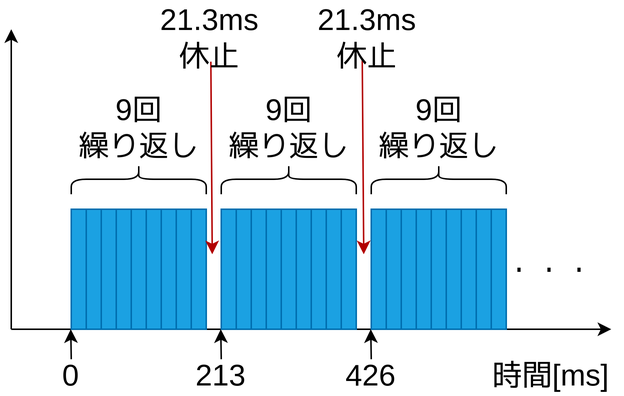
This is docs/final-slide/assets/ofdm-specification2.drawio.png from yudai0804/sotsuken, a draw.io export, as it was before one commit. Source tidied: cells renumbered, new cells last; positions are measured from the earlier drawing's top-left corner, leaving out a move shared by most shapes.
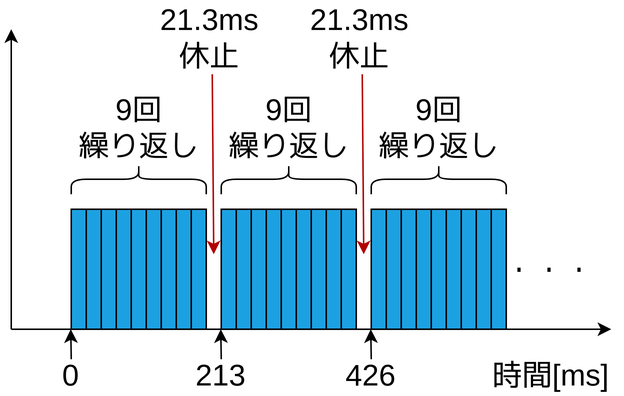
The same diagram one commit later.

Change to the diagram source:
```diff
@@ -17,88 +17,88 @@
         <mxPoint y="10" as="targetPoint" />
       </mxGeometry>
     </mxCell>
-    <mxCell id="5" style="rounded=0;whiteSpace=wrap;html=1;fillColor=#1ba1e2;direction=south;strokeColor=#006EAF;fontColor=#ffffff;" parent="1" vertex="1">
+    <mxCell id="5" style="rounded=0;whiteSpace=wrap;html=1;fillColor=#1ba1e2;direction=south;strokeColor=#000000;fontColor=#ffffff;" parent="1" vertex="1">
       <mxGeometry x="40" y="130" width="10" height="80" as="geometry" />
     </mxCell>
-    <mxCell id="6" style="rounded=0;whiteSpace=wrap;html=1;fillColor=#1ba1e2;direction=south;strokeColor=#006EAF;fontColor=#ffffff;" parent="1" vertex="1">
+    <mxCell id="6" style="rounded=0;whiteSpace=wrap;html=1;fillColor=#1ba1e2;direction=south;strokeColor=#000000;fontColor=#ffffff;" parent="1" vertex="1">
       <mxGeometry x="50" y="130" width="10" height="80" as="geometry" />
     </mxCell>
     <mxCell id="7" value="&lt;span style=&quot;font-size: 20px;&quot;&gt;・・・&lt;/span&gt;" style="text;strokeColor=none;align=center;fillColor=none;html=1;verticalAlign=middle;whiteSpace=wrap;rounded=0;" parent="1" vertex="1">
       <mxGeometry x="334" y="155" width="50" height="30" as="geometry" />
     </mxCell>
-    <mxCell id="8" style="rounded=0;whiteSpace=wrap;html=1;fillColor=#1ba1e2;direction=south;strokeColor=#006EAF;fontColor=#ffffff;" parent="1" vertex="1">
+    <mxCell id="8" style="rounded=0;whiteSpace=wrap;html=1;fillColor=#1ba1e2;direction=south;strokeColor=#000000;fontColor=#ffffff;" parent="1" vertex="1">
       <mxGeometry x="60" y="130" width="10" height="80" as="geometry" />
     </mxCell>
-    <mxCell id="9" style="rounded=0;whiteSpace=wrap;html=1;fillColor=#1ba1e2;direction=south;strokeColor=#006EAF;fontColor=#ffffff;" parent="1" vertex="1">
+    <mxCell id="9" style="rounded=0;whiteSpace=wrap;html=1;fillColor=#1ba1e2;direction=south;strokeColor=#000000;fontColor=#ffffff;" parent="1" vertex="1">
       <mxGeometry x="70" y="130" width="10" height="80" as="geometry" />
     </mxCell>
-    <mxCell id="10" style="rounded=0;whiteSpace=wrap;html=1;fillColor=#1ba1e2;direction=south;strokeColor=#006EAF;fontColor=#ffffff;" parent="1" vertex="1">
+    <mxCell id="10" style="rounded=0;whiteSpace=wrap;html=1;fillColor=#1ba1e2;direction=south;strokeColor=#000000;fontColor=#ffffff;" parent="1" vertex="1">
       <mxGeometry x="80" y="130" width="10" height="80" as="geometry" />
     </mxCell>
-    <mxCell id="11" style="rounded=0;whiteSpace=wrap;html=1;fillColor=#1ba1e2;direction=south;strokeColor=#006EAF;fontColor=#ffffff;" parent="1" vertex="1">
+    <mxCell id="11" style="rounded=0;whiteSpace=wrap;html=1;fillColor=#1ba1e2;direction=south;strokeColor=#000000;fontColor=#ffffff;" parent="1" vertex="1">
       <mxGeometry x="90" y="130" width="10" height="80" as="geometry" />
     </mxCell>
-    <mxCell id="12" style="rounded=0;whiteSpace=wrap;html=1;fillColor=#1ba1e2;direction=south;strokeColor=#006EAF;fontColor=#ffffff;" parent="1" vertex="1">
+    <mxCell id="12" style="rounded=0;whiteSpace=wrap;html=1;fillColor=#1ba1e2;direction=south;strokeColor=#000000;fontColor=#ffffff;" parent="1" vertex="1">
       <mxGeometry x="100" y="130" width="10" height="80" as="geometry" />
     </mxCell>
-    <mxCell id="13" style="rounded=0;whiteSpace=wrap;html=1;fillColor=#1ba1e2;direction=south;strokeColor=#006EAF;fontColor=#ffffff;" parent="1" vertex="1">
+    <mxCell id="13" style="rounded=0;whiteSpace=wrap;html=1;fillColor=#1ba1e2;direction=south;strokeColor=#000000;fontColor=#ffffff;" parent="1" vertex="1">
       <mxGeometry x="110" y="130" width="10" height="80" as="geometry" />
     </mxCell>
-    <mxCell id="14" style="rounded=0;whiteSpace=wrap;html=1;fillColor=#1ba1e2;direction=south;strokeColor=#006EAF;fontColor=#ffffff;" parent="1" vertex="1">
+    <mxCell id="14" style="rounded=0;whiteSpace=wrap;html=1;fillColor=#1ba1e2;direction=south;strokeColor=#000000;fontColor=#ffffff;" parent="1" vertex="1">
       <mxGeometry x="120" y="130" width="10" height="80" as="geometry" />
     </mxCell>
-    <mxCell id="15" style="rounded=0;whiteSpace=wrap;html=1;fillColor=#1ba1e2;direction=south;strokeColor=#006EAF;fontColor=#ffffff;" parent="1" vertex="1">
+    <mxCell id="15" style="rounded=0;whiteSpace=wrap;html=1;fillColor=#1ba1e2;direction=south;strokeColor=#000000;fontColor=#ffffff;" parent="1" vertex="1">
       <mxGeometry x="140" y="130" width="10" height="80" as="geometry" />
     </mxCell>
-    <mxCell id="16" style="rounded=0;whiteSpace=wrap;html=1;fillColor=#1ba1e2;direction=south;strokeColor=#006EAF;fontColor=#ffffff;" parent="1" vertex="1">
+    <mxCell id="16" style="rounded=0;whiteSpace=wrap;html=1;fillColor=#1ba1e2;direction=south;strokeColor=#000000;fontColor=#ffffff;" parent="1" vertex="1">
       <mxGeometry x="150" y="130" width="10" height="80" as="geometry" />
     </mxCell>
-    <mxCell id="17" style="rounded=0;whiteSpace=wrap;html=1;fillColor=#1ba1e2;direction=south;strokeColor=#006EAF;fontColor=#ffffff;" parent="1" vertex="1">
+    <mxCell id="17" style="rounded=0;whiteSpace=wrap;html=1;fillColor=#1ba1e2;direction=south;strokeColor=#000000;fontColor=#ffffff;" parent="1" vertex="1">
       <mxGeometry x="160" y="130" width="10" height="80" as="geometry" />
     </mxCell>
-    <mxCell id="18" style="rounded=0;whiteSpace=wrap;html=1;fillColor=#1ba1e2;direction=south;strokeColor=#006EAF;fontColor=#ffffff;" parent="1" vertex="1">
+    <mxCell id="18" style="rounded=0;whiteSpace=wrap;html=1;fillColor=#1ba1e2;direction=south;strokeColor=#000000;fontColor=#ffffff;" parent="1" vertex="1">
       <mxGeometry x="170" y="130" width="10" height="80" as="geometry" />
     </mxCell>
-    <mxCell id="19" style="rounded=0;whiteSpace=wrap;html=1;fillColor=#1ba1e2;direction=south;strokeColor=#006EAF;fontColor=#ffffff;" parent="1" vertex="1">
+    <mxCell id="19" style="rounded=0;whiteSpace=wrap;html=1;fillColor=#1ba1e2;direction=south;strokeColor=#000000;fontColor=#ffffff;" parent="1" vertex="1">
       <mxGeometry x="180" y="130" width="10" height="80" as="geometry" />
     </mxCell>
-    <mxCell id="20" style="rounded=0;whiteSpace=wrap;html=1;fillColor=#1ba1e2;direction=south;strokeColor=#006EAF;fontColor=#ffffff;" parent="1" vertex="1">
+    <mxCell id="20" style="rounded=0;whiteSpace=wrap;html=1;fillColor=#1ba1e2;direction=south;strokeColor=#000000;fontColor=#ffffff;" parent="1" vertex="1">
       <mxGeometry x="190" y="130" width="10" height="80" as="geometry" />
     </mxCell>
-    <mxCell id="21" style="rounded=0;whiteSpace=wrap;html=1;fillColor=#1ba1e2;direction=south;strokeColor=#006EAF;fontColor=#ffffff;" parent="1" vertex="1">
+    <mxCell id="21" style="rounded=0;whiteSpace=wrap;html=1;fillColor=#1ba1e2;direction=south;strokeColor=#000000;fontColor=#ffffff;" parent="1" vertex="1">
       <mxGeometry x="200" y="130" width="10" height="80" as="geometry" />
     </mxCell>
-    <mxCell id="22" style="rounded=0;whiteSpace=wrap;html=1;fillColor=#1ba1e2;direction=south;strokeColor=#006EAF;fontColor=#ffffff;" parent="1" vertex="1">
+    <mxCell id="22" style="rounded=0;whiteSpace=wrap;html=1;fillColor=#1ba1e2;direction=south;strokeColor=#000000;fontColor=#ffffff;" parent="1" vertex="1">
       <mxGeometry x="210" y="130" width="10" height="80" as="geometry" />
     </mxCell>
-    <mxCell id="23" style="rounded=0;whiteSpace=wrap;html=1;fillColor=#1ba1e2;direction=south;strokeColor=#006EAF;fontColor=#ffffff;" parent="1" vertex="1">
+    <mxCell id="23" style="rounded=0;whiteSpace=wrap;html=1;fillColor=#1ba1e2;direction=south;strokeColor=#000000;fontColor=#ffffff;" parent="1" vertex="1">
       <mxGeometry x="220" y="130" width="10" height="80" as="geometry" />
     </mxCell>
-    <mxCell id="24" style="rounded=0;whiteSpace=wrap;html=1;fillColor=#1ba1e2;direction=south;strokeColor=#006EAF;fontColor=#ffffff;" parent="1" vertex="1">
+    <mxCell id="24" style="rounded=0;whiteSpace=wrap;html=1;fillColor=#1ba1e2;direction=south;strokeColor=#000000;fontColor=#ffffff;" parent="1" vertex="1">
       <mxGeometry x="240" y="130" width="10" height="80" as="geometry" />
     </mxCell>
-    <mxCell id="25" style="rounded=0;whiteSpace=wrap;html=1;fillColor=#1ba1e2;direction=south;strokeColor=#006EAF;fontColor=#ffffff;" parent="1" vertex="1">
+    <mxCell id="25" style="rounded=0;whiteSpace=wrap;html=1;fillColor=#1ba1e2;direction=south;strokeColor=#000000;fontColor=#ffffff;" parent="1" vertex="1">
       <mxGeometry x="250" y="130" width="10" height="80" as="geometry" />
     </mxCell>
-    <mxCell id="26" style="rounded=0;whiteSpace=wrap;html=1;fillColor=#1ba1e2;direction=south;strokeColor=#006EAF;fontColor=#ffffff;" parent="1" vertex="1">
+    <mxCell id="26" style="rounded=0;whiteSpace=wrap;html=1;fillColor=#1ba1e2;direction=south;strokeColor=#000000;fontColor=#ffffff;" parent="1" vertex="1">
       <mxGeometry x="260" y="130" width="10" height="80" as="geometry" />
     </mxCell>
-    <mxCell id="27" style="rounded=0;whiteSpace=wrap;html=1;fillColor=#1ba1e2;direction=south;strokeColor=#006EAF;fontColor=#ffffff;" parent="1" vertex="1">
+    <mxCell id="27" style="rounded=0;whiteSpace=wrap;html=1;fillColor=#1ba1e2;direction=south;strokeColor=#000000;fontColor=#ffffff;" parent="1" vertex="1">
       <mxGeometry x="270" y="130" width="10" height="80" as="geometry" />
     </mxCell>
-    <mxCell id="28" style="rounded=0;whiteSpace=wrap;html=1;fillColor=#1ba1e2;direction=south;strokeColor=#006EAF;fontColor=#ffffff;" parent="1" vertex="1">
+    <mxCell id="28" style="rounded=0;whiteSpace=wrap;html=1;fillColor=#1ba1e2;direction=south;strokeColor=#000000;fontColor=#ffffff;" parent="1" vertex="1">
       <mxGeometry x="280" y="130" width="10" height="80" as="geometry" />
     </mxCell>
-    <mxCell id="29" style="rounded=0;whiteSpace=wrap;html=1;fillColor=#1ba1e2;direction=south;strokeColor=#006EAF;fontColor=#ffffff;" parent="1" vertex="1">
+    <mxCell id="29" style="rounded=0;whiteSpace=wrap;html=1;fillColor=#1ba1e2;direction=south;strokeColor=#000000;fontColor=#ffffff;" parent="1" vertex="1">
       <mxGeometry x="290" y="130" width="10" height="80" as="geometry" />
     </mxCell>
-    <mxCell id="30" style="rounded=0;whiteSpace=wrap;html=1;fillColor=#1ba1e2;direction=south;strokeColor=#006EAF;fontColor=#ffffff;" parent="1" vertex="1">
+    <mxCell id="30" style="rounded=0;whiteSpace=wrap;html=1;fillColor=#1ba1e2;direction=south;strokeColor=#000000;fontColor=#ffffff;" parent="1" vertex="1">
       <mxGeometry x="300" y="130" width="10" height="80" as="geometry" />
     </mxCell>
-    <mxCell id="31" style="rounded=0;whiteSpace=wrap;html=1;fillColor=#1ba1e2;direction=south;strokeColor=#006EAF;fontColor=#ffffff;" parent="1" vertex="1">
+    <mxCell id="31" style="rounded=0;whiteSpace=wrap;html=1;fillColor=#1ba1e2;direction=south;strokeColor=#000000;fontColor=#ffffff;" parent="1" vertex="1">
       <mxGeometry x="310" y="130" width="10" height="80" as="geometry" />
     </mxCell>
-    <mxCell id="32" style="rounded=0;whiteSpace=wrap;html=1;fillColor=#1ba1e2;direction=south;strokeColor=#006EAF;fontColor=#ffffff;" parent="1" vertex="1">
+    <mxCell id="32" style="rounded=0;whiteSpace=wrap;html=1;fillColor=#1ba1e2;direction=south;strokeColor=#000000;fontColor=#ffffff;" parent="1" vertex="1">
       <mxGeometry x="320" y="130" width="10" height="80" as="geometry" />
     </mxCell>
     <mxCell id="33" value="&lt;span style=&quot;font-size: 20px;&quot;&gt;0&lt;/span&gt;" style="text;strokeColor=none;align=center;fillColor=none;html=1;verticalAlign=middle;whiteSpace=wrap;rounded=0;" parent="1" vertex="1">
@@ -122,9 +122,10 @@
     <mxCell id="39" value="&lt;span style=&quot;font-size: 20px;&quot;&gt;9回&lt;/span&gt;&lt;div&gt;&lt;span style=&quot;font-size: 20px;&quot;&gt;繰り返し&lt;/span&gt;&lt;/div&gt;" style="text;strokeColor=none;align=center;fillColor=none;html=1;verticalAlign=middle;whiteSpace=wrap;rounded=0;" parent="1" vertex="1">
       <mxGeometry x="237.5" y="60" width="95" height="30" as="geometry" />
     </mxCell>
-    <mxCell id="40" style="endArrow=classic;html=1;rounded=0;fillColor=#e51400;strokeColor=#B20000;exitX=0.506;exitY=1.054;exitDx=0;exitDy=0;exitPerimeter=0;" parent="1" edge="1" source="41">
+    <mxCell id="40" style="endArrow=classic;html=1;rounded=0;fillColor=#e51400;strokeColor=#B20000;" parent="1" edge="1">
       <mxGeometry relative="1" as="geometry">
-        <mxPoint x="134" y="160" as="targetPoint" />
+        <mxPoint x="134" y="40" as="sourcePoint" />
+        <mxPoint x="135" y="160" as="targetPoint" />
       </mxGeometry>
     </mxCell>
     <mxCell id="41" value="&lt;span style=&quot;font-size: 20px;&quot;&gt;21.3ms&lt;/span&gt;&lt;div&gt;&lt;span style=&quot;font-size: 20px;&quot;&gt;休止&lt;/span&gt;&lt;/div&gt;" style="text;strokeColor=none;align=center;fillColor=none;html=1;verticalAlign=middle;whiteSpace=wrap;rounded=0;" parent="1" vertex="1">
@@ -132,12 +133,12 @@
     </mxCell>
     <mxCell id="42" style="endArrow=classic;html=1;rounded=0;fillColor=#e51400;strokeColor=#B20000;" parent="1" edge="1">
       <mxGeometry relative="1" as="geometry">
-        <mxPoint x="234" y="30" as="sourcePoint" />
+        <mxPoint x="234" y="40" as="sourcePoint" />
         <mxPoint x="235" y="160" as="targetPoint" />
       </mxGeometry>
     </mxCell>
     <mxCell id="43" value="&lt;span style=&quot;font-size: 20px;&quot;&gt;21.3ms&lt;/span&gt;&lt;div&gt;&lt;span style=&quot;font-size: 20px;&quot;&gt;休止&lt;/span&gt;&lt;/div&gt;" style="text;strokeColor=none;align=center;fillColor=none;html=1;verticalAlign=middle;whiteSpace=wrap;rounded=0;" parent="1" vertex="1">
-      <mxGeometry x="190" width="95" height="30" as="geometry" />
+      <mxGeometry x="185" width="95" height="30" as="geometry" />
     </mxCell>
     <mxCell id="44" style="endArrow=classic;html=1;rounded=0;fillColor=#e51400;strokeColor=#000000;" parent="1" edge="1" source="33">
       <mxGeometry relative="1" as="geometry">
```
